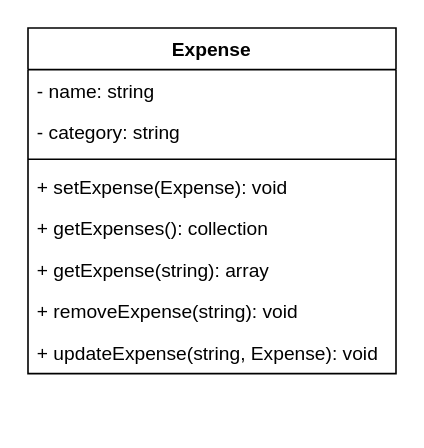
onlits-learning-solutions/ols2307 keeps this draw.io diagram as java/src/ols2307/project/expensemanager/analysis/class-diagram.drawio. Above is the earlier version. Source tidied: cells renumbered, new cells numbered last; positions are measured from the earlier drawing's top-left corner, leaving out a move shared by most shapes. Both pictures are drawn from the tidied source at 160%, with x=0, y=0 at pixel (27, 27).
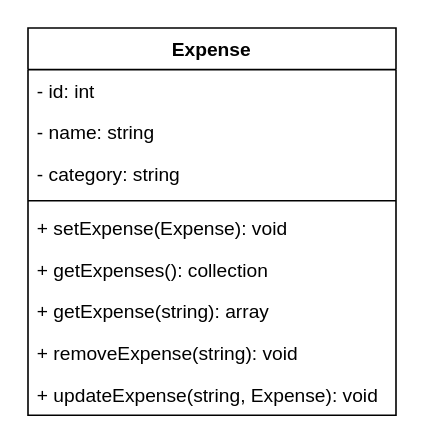
Above is the later version.

Change to the diagram source:
```diff
@@
 <mxGraphModel>
   <root>
     <mxCell id="0" />
     <mxCell id="1" parent="0" />
     <mxCell id="2" value="Expense" style="swimlane;fontStyle=1;align=center;verticalAlign=top;horizontal=1;startSize=26;whiteSpace=wrap;html=1;" parent="1" vertex="1">
-      <mxGeometry width="230" height="216" as="geometry" />
+      <mxGeometry width="230" height="242" as="geometry" />
     </mxCell>
-    <mxCell id="3" value="- name: string" style="text;strokeColor=none;fillColor=none;align=left;verticalAlign=top;spacingLeft=4;spacingRight=4;overflow=hidden;whiteSpace=wrap;html=1;" parent="2" vertex="1">
+    <mxCell id="3" value="- id: int" style="text;strokeColor=none;fillColor=none;align=left;verticalAlign=top;spacingLeft=4;spacingRight=4;overflow=hidden;whiteSpace=wrap;html=1;" parent="2" vertex="1">
       <mxGeometry y="26" width="230" height="26" as="geometry" />
     </mxCell>
+    <mxCell id="11" value="- name: string" style="text;strokeColor=none;fillColor=none;align=left;verticalAlign=top;spacingLeft=4;spacingRight=4;overflow=hidden;whiteSpace=wrap;html=1;" parent="2" vertex="1">
+      <mxGeometry y="52" width="230" height="26" as="geometry" />
+    </mxCell>
     <mxCell id="4" value="- category: string" style="text;strokeColor=none;fillColor=none;align=left;verticalAlign=top;spacingLeft=4;spacingRight=4;overflow=hidden;whiteSpace=wrap;html=1;" parent="2" vertex="1">
-      <mxGeometry y="52" width="230" height="26" as="geometry" />
+      <mxGeometry y="78" width="230" height="26" as="geometry" />
     </mxCell>
     <mxCell id="5" style="line;strokeWidth=1;fillColor=none;align=left;verticalAlign=middle;spacingTop=-1;spacingLeft=3;spacingRight=3;labelPosition=right;strokeColor=inherit;" parent="2" vertex="1">
-      <mxGeometry y="78" width="230" height="8" as="geometry" />
+      <mxGeometry y="104" width="230" height="8" as="geometry" />
     </mxCell>
     <mxCell id="6" value="+ setExpense(Expense): void" style="text;strokeColor=none;fillColor=none;align=left;verticalAlign=top;spacingLeft=4;spacingRight=4;overflow=hidden;whiteSpace=wrap;html=1;" parent="2" vertex="1">
-      <mxGeometry y="86" width="230" height="26" as="geometry" />
+      <mxGeometry y="112" width="230" height="26" as="geometry" />
     </mxCell>
     <mxCell id="7" value="+ getExpenses(): collection" style="text;strokeColor=none;fillColor=none;align=left;verticalAlign=top;spacingLeft=4;spacingRight=4;overflow=hidden;whiteSpace=wrap;html=1;" parent="2" vertex="1">
-      <mxGeometry y="112" width="230" height="26" as="geometry" />
+      <mxGeometry y="138" width="230" height="26" as="geometry" />
     </mxCell>
     <mxCell id="8" value="+ getExpense(string): array" style="text;strokeColor=none;fillColor=none;align=left;verticalAlign=top;spacingLeft=4;spacingRight=4;overflow=hidden;whiteSpace=wrap;html=1;" parent="2" vertex="1">
-      <mxGeometry y="138" width="230" height="26" as="geometry" />
+      <mxGeometry y="164" width="230" height="26" as="geometry" />
     </mxCell>
     <mxCell id="9" value="+ removeExpense(string): void" style="text;strokeColor=none;fillColor=none;align=left;verticalAlign=top;spacingLeft=4;spacingRight=4;overflow=hidden;whiteSpace=wrap;html=1;" parent="2" vertex="1">
-      <mxGeometry y="164" width="230" height="26" as="geometry" />
+      <mxGeometry y="190" width="230" height="26" as="geometry" />
     </mxCell>
     <mxCell id="10" value="+ updateExpense(string, Expense): void" style="text;strokeColor=none;fillColor=none;align=left;verticalAlign=top;spacingLeft=4;spacingRight=4;overflow=hidden;whiteSpace=wrap;html=1;" parent="2" vertex="1">
-      <mxGeometry y="190" width="230" height="26" as="geometry" />
+      <mxGeometry y="216" width="230" height="26" as="geometry" />
     </mxCell>
   </root>
 </mxGraphModel>
```
